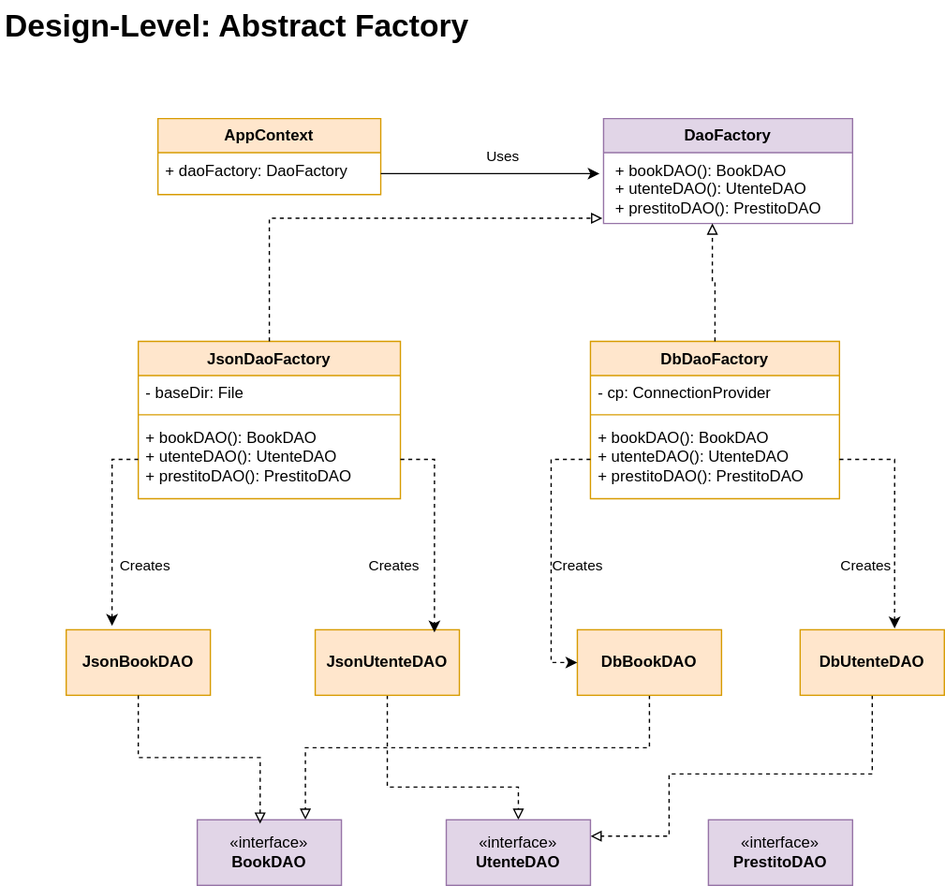
VanackSabbadium/BibliotecaISPW keeps this draw.io diagram as Deliverables/AbstractFactory.svg. Above is the earlier version. Source tidied: cells renumbered, new cells last; positions are measured from the earlier drawing's top-left corner, leaving out a move shared by most shapes.
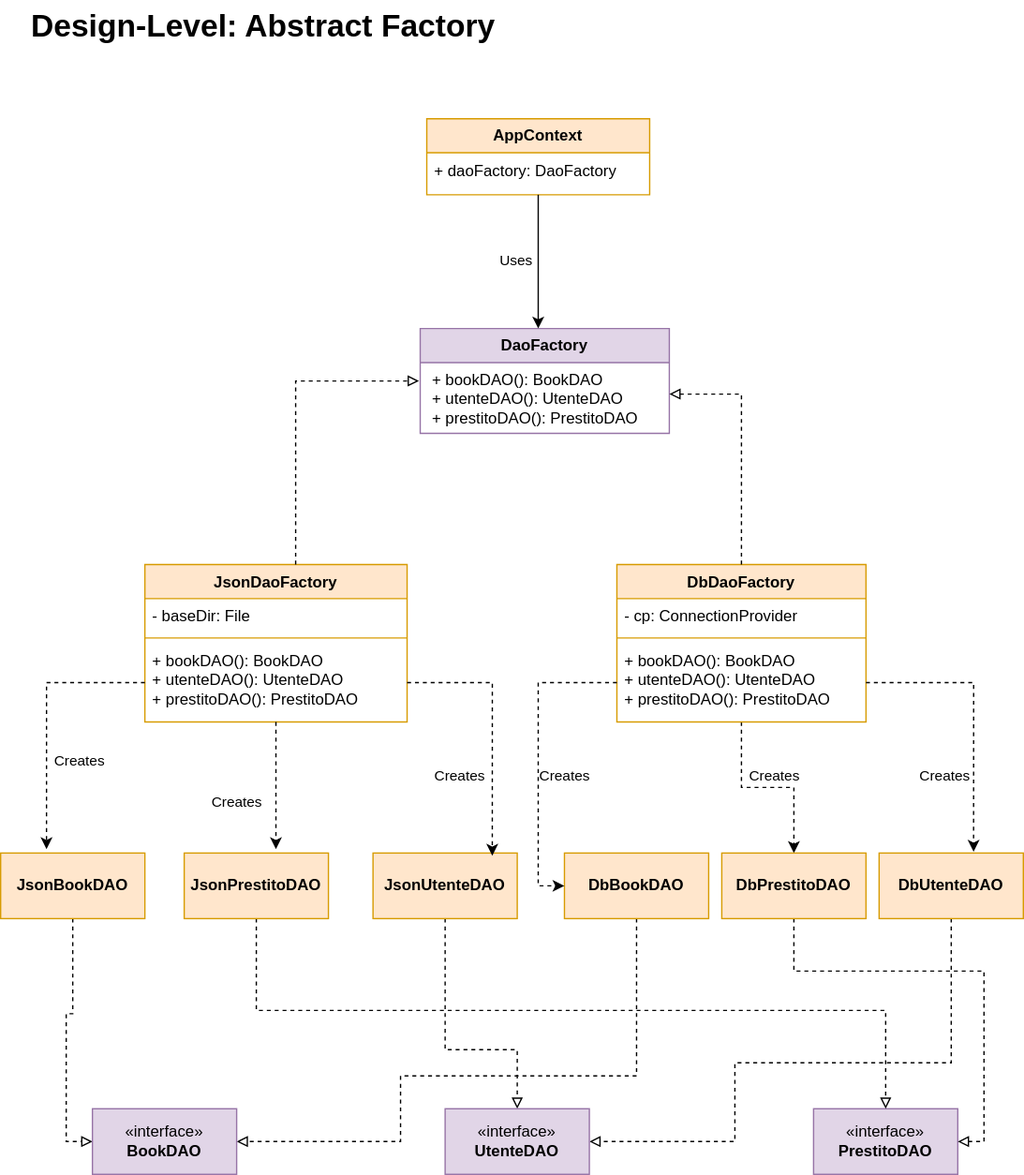
Later version of the same file.

Diff of the diagram source:
```diff
@@ -3,19 +3,19 @@
     <mxCell id="0" />
     <mxCell id="1" parent="0" />
     <mxCell id="2" value="&lt;b&gt;AppContext&lt;/b&gt;" style="swimlane;fontStyle=0;horizontal=1;startSize=26;fillColor=#ffe6cc;whiteSpace=wrap;html=1;strokeColor=#d79b00;" parent="1" vertex="1">
-      <mxGeometry x="70" y="90" width="170" height="58" as="geometry" />
+      <mxGeometry x="255" y="90" width="170" height="58" as="geometry" />
     </mxCell>
     <mxCell id="3" value="+ daoFactory: DaoFactory" style="text;strokeColor=none;fillColor=none;align=left;verticalAlign=top;spacingLeft=4;spacingRight=4;overflow=hidden;points=[[0,0.5],[1,0.5]];portConstraint=eastwest;whiteSpace=wrap;html=1;" parent="2" vertex="1">
       <mxGeometry y="26" width="170" height="32" as="geometry" />
     </mxCell>
     <mxCell id="4" value="&lt;div&gt;&lt;b&gt;DaoFactory&lt;/b&gt;&lt;/div&gt;" style="swimlane;fontStyle=0;horizontal=1;startSize=26;fillColor=#e1d5e7;whiteSpace=wrap;html=1;strokeColor=#9673a6;" parent="1" vertex="1">
-      <mxGeometry x="410" y="90" width="190" height="80" as="geometry" />
+      <mxGeometry x="250" y="250" width="190" height="80" as="geometry" />
     </mxCell>
     <mxCell id="5" value="&amp;nbsp;+ bookDAO(): BookDAO&lt;br&gt;&amp;nbsp;+ utenteDAO(): UtenteDAO&lt;br&gt;&amp;nbsp;+ prestitoDAO(): PrestitoDAO" style="text;strokeColor=none;fillColor=none;align=left;verticalAlign=top;spacingLeft=4;spacingRight=4;overflow=hidden;points=[[0,0.5],[1,0.5]];portConstraint=eastwest;whiteSpace=wrap;html=1;" parent="4" vertex="1">
       <mxGeometry y="26" width="190" height="54" as="geometry" />
     </mxCell>
     <mxCell id="6" value="JsonDaoFactory" style="swimlane;fontStyle=1;align=center;verticalAlign=top;horizontal=1;startSize=26;whiteSpace=wrap;html=1;fillColor=#ffe6cc;strokeColor=#d79b00;" parent="1" vertex="1">
-      <mxGeometry x="55" y="260" width="200" height="120" as="geometry" />
+      <mxGeometry x="40" y="430" width="200" height="120" as="geometry" />
     </mxCell>
     <mxCell id="7" value="- baseDir: File" style="text;strokeColor=none;fillColor=none;align=left;verticalAlign=top;spacingLeft=4;spacingRight=4;overflow=hidden;whiteSpace=wrap;html=1;" parent="6" vertex="1">
       <mxGeometry y="26" width="200" height="26" as="geometry" />
@@ -26,8 +26,11 @@
     <mxCell id="9" value="&lt;div&gt;+ bookDAO(): BookDAO&lt;/div&gt;&lt;div&gt;+ utenteDAO(): UtenteDAO&lt;/div&gt;+ prestitoDAO(): PrestitoDAO" style="text;strokeColor=none;fillColor=none;align=left;verticalAlign=top;spacingLeft=4;spacingRight=4;overflow=hidden;points=[[0,0.5],[1,0.5]];portConstraint=eastwest;whiteSpace=wrap;html=1;" parent="6" vertex="1">
       <mxGeometry y="60" width="200" height="60" as="geometry" />
     </mxCell>
+    <mxCell id="38" style="edgeStyle=orthogonalEdgeStyle;rounded=0;jettySize=auto;html=1;entryX=0.5;entryY=0;entryDx=0;entryDy=0;dashed=1;" parent="1" edge="1" source="10" target="45">
+      <mxGeometry relative="1" as="geometry" />
+    </mxCell>
     <mxCell id="10" value="DbDaoFactory" style="swimlane;fontStyle=1;align=center;verticalAlign=top;horizontal=1;startSize=26;whiteSpace=wrap;html=1;fillColor=#ffe6cc;strokeColor=#d79b00;" parent="1" vertex="1">
-      <mxGeometry x="400" y="260" width="190" height="120" as="geometry" />
+      <mxGeometry x="400" y="430" width="190" height="120" as="geometry" />
     </mxCell>
     <mxCell id="11" value="- cp: ConnectionProvider" style="text;align=left;verticalAlign=top;spacingLeft=4;spacingRight=4;overflow=hidden;whiteSpace=wrap;html=1;" parent="10" vertex="1">
       <mxGeometry y="26" width="190" height="26" as="geometry" />
@@ -38,65 +41,85 @@
     <mxCell id="13" value="&lt;div&gt;+ bookDAO(): BookDAO&lt;/div&gt;&lt;div&gt;+ utenteDAO(): UtenteDAO&lt;/div&gt;+ prestitoDAO(): PrestitoDAO" style="text;strokeColor=none;fillColor=none;align=left;verticalAlign=top;spacingLeft=4;spacingRight=4;overflow=hidden;points=[[0,0.5],[1,0.5]];portConstraint=eastwest;whiteSpace=wrap;html=1;" parent="10" vertex="1">
       <mxGeometry y="60" width="190" height="60" as="geometry" />
     </mxCell>
+    <mxCell id="36" style="edgeStyle=orthogonalEdgeStyle;rounded=0;jettySize=auto;html=1;entryX=0;entryY=0.5;entryDx=0;entryDy=0;dashed=1;endArrow=block;endFill=0;" parent="1" edge="1" source="14" target="21">
+      <mxGeometry relative="1" as="geometry" />
+    </mxCell>
     <mxCell id="14" value="&lt;b&gt;JsonBookDAO&lt;/b&gt;" style="html=1;whiteSpace=wrap;fillColor=#ffe6cc;strokeColor=#d79b00;" parent="1" vertex="1">
-      <mxGeometry y="480" width="110" height="50" as="geometry" />
+      <mxGeometry x="-70" y="650" width="110" height="50" as="geometry" />
     </mxCell>
-    <mxCell id="15" style="edgeStyle=orthogonalEdgeStyle;rounded=0;jettySize=auto;html=1;entryX=0.5;entryY=0;entryDx=0;entryDy=0;endArrow=block;endFill=0;dashed=1;" parent="1" edge="1" source="16" target="22">
+    <mxCell id="15" style="edgeStyle=orthogonalEdgeStyle;rounded=0;jettySize=auto;html=1;entryX=0.5;entryY=0;entryDx=0;entryDy=0;dashed=1;endArrow=block;endFill=0;" parent="1" edge="1" source="16" target="22">
       <mxGeometry relative="1" as="geometry">
         <Array as="points">
-          <mxPoint x="245" y="600" />
-          <mxPoint x="345" y="600" />
+          <mxPoint x="269" y="800" />
+          <mxPoint x="324" y="800" />
         </Array>
       </mxGeometry>
     </mxCell>
     <mxCell id="16" value="&lt;b&gt;JsonUtenteDAO&lt;/b&gt;" style="html=1;whiteSpace=wrap;fillColor=#ffe6cc;strokeColor=#d79b00;" parent="1" vertex="1">
-      <mxGeometry x="190" y="480" width="110" height="50" as="geometry" />
+      <mxGeometry x="214" y="650" width="110" height="50" as="geometry" />
     </mxCell>
-    <mxCell id="17" style="edgeStyle=orthogonalEdgeStyle;rounded=0;jettySize=auto;html=1;entryX=0.75;entryY=0;entryDx=0;entryDy=0;endArrow=block;endFill=0;dashed=1;" parent="1" edge="1" source="18" target="21">
+    <mxCell id="17" style="edgeStyle=orthogonalEdgeStyle;rounded=0;jettySize=auto;html=1;entryX=1;entryY=0.5;entryDx=0;entryDy=0;dashed=1;endArrow=block;endFill=0;" parent="1" edge="1" source="18" target="21">
       <mxGeometry relative="1" as="geometry">
         <Array as="points">
-          <mxPoint x="445" y="570" />
-          <mxPoint x="183" y="570" />
+          <mxPoint x="415" y="820" />
+          <mxPoint x="235" y="820" />
+          <mxPoint x="235" y="870" />
         </Array>
       </mxGeometry>
     </mxCell>
     <mxCell id="18" value="&lt;b&gt;DbBookDAO&lt;/b&gt;" style="html=1;whiteSpace=wrap;fillColor=#ffe6cc;strokeColor=#d79b00;" parent="1" vertex="1">
-      <mxGeometry x="390" y="480" width="110" height="50" as="geometry" />
+      <mxGeometry x="360" y="650" width="110" height="50" as="geometry" />
     </mxCell>
-    <mxCell id="19" style="edgeStyle=orthogonalEdgeStyle;rounded=0;jettySize=auto;html=1;entryX=1;entryY=0.25;entryDx=0;entryDy=0;endArrow=block;endFill=0;dashed=1;" parent="1" edge="1" source="20" target="22">
+    <mxCell id="19" style="edgeStyle=orthogonalEdgeStyle;rounded=0;jettySize=auto;html=1;entryX=1;entryY=0.5;entryDx=0;entryDy=0;dashed=1;endArrow=block;endFill=0;" parent="1" edge="1" source="20" target="22">
       <mxGeometry relative="1" as="geometry">
         <Array as="points">
-          <mxPoint x="615" y="590" />
-          <mxPoint x="460" y="590" />
-          <mxPoint x="460" y="638" />
+          <mxPoint x="655" y="810" />
+          <mxPoint x="490" y="810" />
+          <mxPoint x="490" y="870" />
         </Array>
       </mxGeometry>
     </mxCell>
     <mxCell id="20" value="&lt;b&gt;DbUtenteDAO&lt;/b&gt;" style="html=1;whiteSpace=wrap;fillColor=#ffe6cc;strokeColor=#d79b00;" parent="1" vertex="1">
-      <mxGeometry x="560" y="480" width="110" height="50" as="geometry" />
+      <mxGeometry x="600" y="650" width="110" height="50" as="geometry" />
     </mxCell>
     <mxCell id="21" value="&lt;div&gt;«interface»&lt;/div&gt;&lt;div&gt;&lt;b&gt;BookDAO&lt;/b&gt;&lt;/div&gt;" style="html=1;whiteSpace=wrap;fillColor=#e1d5e7;strokeColor=#9673a6;" parent="1" vertex="1">
-      <mxGeometry x="100" y="625" width="110" height="50" as="geometry" />
+      <mxGeometry y="845" width="110" height="50" as="geometry" />
     </mxCell>
     <mxCell id="22" value="&lt;div&gt;«interface»&lt;/div&gt;&lt;div&gt;&lt;b&gt;UtenteDAO&lt;/b&gt;&lt;/div&gt;" style="html=1;whiteSpace=wrap;fillColor=#e1d5e7;strokeColor=#9673a6;" parent="1" vertex="1">
-      <mxGeometry x="290" y="625" width="110" height="50" as="geometry" />
+      <mxGeometry x="269" y="845" width="110" height="50" as="geometry" />
     </mxCell>
     <mxCell id="23" value="&lt;div&gt;«interface»&lt;/div&gt;&lt;div&gt;&lt;b&gt;PrestitoDAO&lt;/b&gt;&lt;/div&gt;" style="html=1;whiteSpace=wrap;fillColor=#e1d5e7;strokeColor=#9673a6;" parent="1" vertex="1">
-      <mxGeometry x="490" y="625" width="110" height="50" as="geometry" />
+      <mxGeometry x="550" y="845" width="110" height="50" as="geometry" />
     </mxCell>
-    <mxCell id="24" style="edgeStyle=orthogonalEdgeStyle;rounded=0;jettySize=auto;html=1;entryX=-0.016;entryY=0.296;entryDx=0;entryDy=0;entryPerimeter=0;" parent="1" edge="1" source="3" target="5">
-      <mxGeometry relative="1" as="geometry" />
+    <mxCell id="24" style="edgeStyle=orthogonalEdgeStyle;rounded=0;jettySize=auto;html=1;" parent="1" edge="1" source="3">
+      <mxGeometry relative="1" as="geometry">
+        <mxPoint x="340" y="250" as="targetPoint" />
+        <Array as="points">
+          <mxPoint x="340" y="230" />
+          <mxPoint x="340" y="230" />
+        </Array>
+      </mxGeometry>
     </mxCell>
     <mxCell id="25" value="Uses" style="edgeLabel;html=1;align=center;verticalAlign=middle;" parent="24" vertex="1">
       <mxGeometry x="0.28" y="-3" relative="1" as="geometry">
         <mxPoint x="-15" y="-16" as="offset" />
       </mxGeometry>
     </mxCell>
-    <mxCell id="26" style="edgeStyle=orthogonalEdgeStyle;rounded=0;jettySize=auto;html=1;entryX=-0.005;entryY=0.926;entryDx=0;entryDy=0;entryPerimeter=0;endArrow=block;endFill=0;dashed=1;" parent="1" edge="1" source="6" target="5">
-      <mxGeometry relative="1" as="geometry" />
+    <mxCell id="26" style="edgeStyle=orthogonalEdgeStyle;rounded=0;jettySize=auto;html=1;endArrow=block;endFill=0;dashed=1;" parent="1" edge="1" source="6">
+      <mxGeometry relative="1" as="geometry">
+        <mxPoint x="249" y="290" as="targetPoint" />
+        <Array as="points">
+          <mxPoint x="155" y="290" />
+          <mxPoint x="249" y="290" />
+        </Array>
+      </mxGeometry>
     </mxCell>
-    <mxCell id="27" style="edgeStyle=orthogonalEdgeStyle;rounded=0;jettySize=auto;html=1;entryX=0.437;entryY=1;entryDx=0;entryDy=0;entryPerimeter=0;endArrow=block;endFill=0;dashed=1;" parent="1" edge="1" source="10" target="5">
-      <mxGeometry relative="1" as="geometry" />
+    <mxCell id="27" style="edgeStyle=orthogonalEdgeStyle;rounded=0;jettySize=auto;html=1;endArrow=block;endFill=0;dashed=1;" parent="1" edge="1" source="10" target="5">
+      <mxGeometry relative="1" as="geometry">
+        <Array as="points">
+          <mxPoint x="495" y="300" />
+        </Array>
+      </mxGeometry>
     </mxCell>
     <mxCell id="28" style="edgeStyle=orthogonalEdgeStyle;rounded=0;jettySize=auto;html=1;entryX=0.318;entryY=-0.06;entryDx=0;entryDy=0;entryPerimeter=0;dashed=1;" parent="1" edge="1" source="9" target="14">
       <mxGeometry relative="1" as="geometry" />
@@ -108,19 +131,29 @@
     </mxCell>
     <mxCell id="30" value="Creates" style="edgeLabel;html=1;align=center;verticalAlign=middle;" parent="28" vertex="1">
       <mxGeometry x="0.24" y="4" relative="1" as="geometry">
-        <mxPoint x="211" y="9" as="offset" />
+        <mxPoint x="141" y="40" as="offset" />
       </mxGeometry>
     </mxCell>
     <mxCell id="31" value="Creates" style="edgeLabel;html=1;align=center;verticalAlign=middle;" parent="28" vertex="1">
       <mxGeometry x="0.24" y="4" relative="1" as="geometry">
-        <mxPoint x="351" y="9" as="offset" />
+        <mxPoint x="311" y="20" as="offset" />
       </mxGeometry>
     </mxCell>
     <mxCell id="32" value="Creates" style="edgeLabel;html=1;align=center;verticalAlign=middle;" parent="28" vertex="1">
       <mxGeometry x="0.24" y="4" relative="1" as="geometry">
-        <mxPoint x="571" y="9" as="offset" />
+        <mxPoint x="391" y="20" as="offset" />
       </mxGeometry>
     </mxCell>
+    <mxCell id="39" value="Creates" style="edgeLabel;html=1;align=center;verticalAlign=middle;" parent="28" vertex="1">
+      <mxGeometry x="0.24" y="4" relative="1" as="geometry">
+        <mxPoint x="551" y="20" as="offset" />
+      </mxGeometry>
+    </mxCell>
+    <mxCell id="40" value="Creates" style="edgeLabel;html=1;align=center;verticalAlign=middle;" parent="28" vertex="1">
+      <mxGeometry x="0.24" y="4" relative="1" as="geometry">
+        <mxPoint x="681" y="20" as="offset" />
+      </mxGeometry>
+    </mxCell>
     <mxCell id="33" style="edgeStyle=orthogonalEdgeStyle;rounded=0;jettySize=auto;html=1;entryX=0.827;entryY=0.04;entryDx=0;entryDy=0;entryPerimeter=0;dashed=1;" parent="1" edge="1" source="9" target="16">
       <mxGeometry relative="1" as="geometry" />
     </mxCell>
@@ -130,11 +163,37 @@
     <mxCell id="35" style="edgeStyle=orthogonalEdgeStyle;rounded=0;jettySize=auto;html=1;entryX=0.655;entryY=-0.02;entryDx=0;entryDy=0;entryPerimeter=0;dashed=1;" parent="1" edge="1" source="13" target="20">
       <mxGeometry relative="1" as="geometry" />
     </mxCell>
-    <mxCell id="36" style="edgeStyle=orthogonalEdgeStyle;rounded=0;jettySize=auto;html=1;entryX=0.436;entryY=0.06;entryDx=0;entryDy=0;entryPerimeter=0;dashed=1;endArrow=block;endFill=0;" parent="1" edge="1" source="14" target="21">
-      <mxGeometry relative="1" as="geometry" />
-    </mxCell>
     <mxCell id="37" value="Design-Level: Abstract Factory" style="text;strokeColor=none;fillColor=none;html=1;fontSize=24;fontStyle=1;verticalAlign=middle;align=center;" parent="1" vertex="1">
       <mxGeometry x="80" width="100" height="40" as="geometry" />
     </mxCell>
+    <mxCell id="41" style="edgeStyle=orthogonalEdgeStyle;rounded=0;jettySize=auto;html=1;entryX=0.5;entryY=0;entryDx=0;entryDy=0;dashed=1;endArrow=block;endFill=0;" parent="1" edge="1" source="42" target="23">
+      <mxGeometry relative="1" as="geometry">
+        <Array as="points">
+          <mxPoint x="125" y="770" />
+          <mxPoint x="605" y="770" />
+        </Array>
+      </mxGeometry>
+    </mxCell>
+    <mxCell id="42" value="&lt;div&gt;&lt;b&gt;JsonPrestitoDAO&lt;/b&gt;&lt;/div&gt;" style="html=1;whiteSpace=wrap;fillColor=#ffe6cc;strokeColor=#d79b00;" parent="1" vertex="1">
+      <mxGeometry x="70" y="650" width="110" height="50" as="geometry" />
+    </mxCell>
+    <mxCell id="43" style="edgeStyle=orthogonalEdgeStyle;rounded=0;jettySize=auto;html=1;entryX=0.636;entryY=-0.06;entryDx=0;entryDy=0;entryPerimeter=0;dashed=1;" parent="1" edge="1" source="6" target="42">
+      <mxGeometry relative="1" as="geometry" />
+    </mxCell>
+    <mxCell id="44" style="edgeStyle=orthogonalEdgeStyle;rounded=0;jettySize=auto;html=1;entryX=1;entryY=0.5;entryDx=0;entryDy=0;dashed=1;endArrow=block;endFill=0;" parent="1" edge="1" source="45" target="23">
+      <mxGeometry relative="1" as="geometry">
+        <Array as="points">
+          <mxPoint x="535" y="740" />
+          <mxPoint x="680" y="740" />
+          <mxPoint x="680" y="870" />
+        </Array>
+      </mxGeometry>
+    </mxCell>
+    <mxCell id="45" value="&lt;b&gt;DbPrestitoDAO&lt;/b&gt;" style="html=1;whiteSpace=wrap;fillColor=#ffe6cc;strokeColor=#d79b00;" parent="1" vertex="1">
+      <mxGeometry x="480" y="650" width="110" height="50" as="geometry" />
+    </mxCell>
+    <mxCell id="46" style="edgeStyle=orthogonalEdgeStyle;rounded=0;jettySize=auto;html=1;entryX=0.436;entryY=-0.02;entryDx=0;entryDy=0;entryPerimeter=0;strokeColor=none;dashed=1;" parent="1" edge="1" source="10" target="45">
+      <mxGeometry relative="1" as="geometry" />
+    </mxCell>
   </root>
 </mxGraphModel>
```
